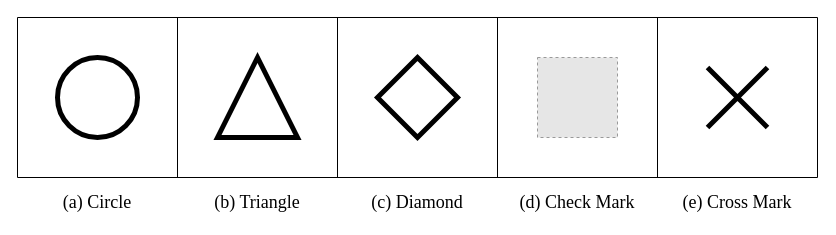
The draw.io diagram Untitled Diagram.drawio in fengliang2023/test, before the edit. Source tidied: cells renumbered, new cells numbered last; positions are measured from the earlier drawing's top-left corner, leaving out a move shared by most shapes. Both pictures are drawn from the tidied source at 100%, with x=0, y=0 at pixel (17, 17). Pictures stored in the file or linked from it are replaced by grey dashed boxes.
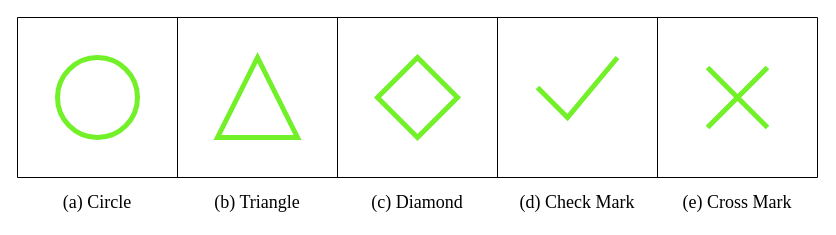
The same diagram, later.

What changed in the source:
```diff
@@
-    <mxCell id="2" style="ellipse;whiteSpace=wrap;html=1;strokeWidth=5;" parent="1" vertex="1">
+    <mxCell id="2" style="ellipse;whiteSpace=wrap;html=1;strokeWidth=5;fillColor=none;gradientColor=#97d077;strokeColor=#72F028;" parent="1" vertex="1">
       <mxGeometry x="40" y="40" width="80" height="80" as="geometry" />
     </mxCell>
-    <mxCell id="3" style="rhombus;whiteSpace=wrap;html=1;strokeWidth=5;" parent="1" vertex="1">
+    <mxCell id="3" style="rhombus;whiteSpace=wrap;html=1;strokeWidth=5;strokeColor=#72F028;" parent="1" vertex="1">
       <mxGeometry x="360" y="40" width="80" height="80" as="geometry" />
     </mxCell>
-    <mxCell id="4" style="fillColor=#E6E6E6;strokeColor=#999999;dashed=1;html=1;verticalAlign=top;verticalLabelPosition=bottom;labelBackgroundColor=#ffffff;" parent="1" vertex="1">
-      <mxGeometry x="520" y="40" width="80" height="80" as="geometry" />
-    </mxCell>
-    <mxCell id="5" style="shape=mxgraph.sysml.x;strokeWidth=5;direction=south;" parent="1" vertex="1">
+    <mxCell id="5" style="shape=mxgraph.sysml.x;strokeWidth=5;direction=south;strokeColor=#72F028;" parent="1" vertex="1">
       <mxGeometry x="690" y="50" width="60" height="60" as="geometry" />
     </mxCell>
@@
-    <mxCell id="14" style="triangle;whiteSpace=wrap;html=1;rotation=-90;strokeWidth=5;" parent="1" vertex="1">
+    <mxCell id="14" style="triangle;whiteSpace=wrap;html=1;rotation=-90;strokeWidth=5;gradientColor=default;fillColor=none;strokeColor=#72F028;" parent="1" vertex="1">
       <mxGeometry x="200" y="40" width="80" height="80" as="geometry" />
     </mxCell>
@@
+    <mxCell id="20" style="endArrow=none;html=1;rounded=0;strokeWidth=5;strokeColor=#72F028;" parent="1" edge="1">
+      <mxGeometry relative="1" as="geometry">
+        <mxPoint x="600" y="40" as="sourcePoint" />
+        <mxPoint x="520" y="70" as="targetPoint" />
+        <Array as="points">
+          <mxPoint x="550" y="100" />
+        </Array>
+      </mxGeometry>
+    </mxCell>
```
